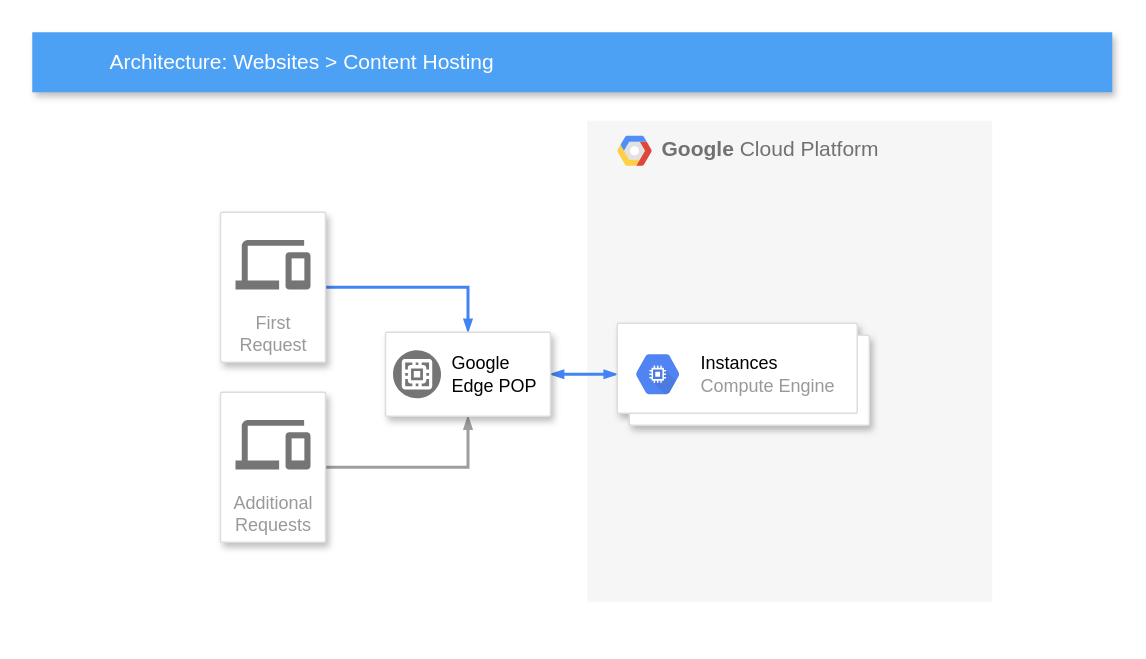
This is Untitled Diagram.drawio from mukeshmurali/ansible_drive, a draw.io file, before an edit. Source tidied: cells renumbered, new cells numbered last; positions are measured from the earlier drawing's top-left corner, leaving out a move shared by most shapes. Both pictures are drawn from the tidied source at 150%, with x=0, y=0 at pixel (32, 32).
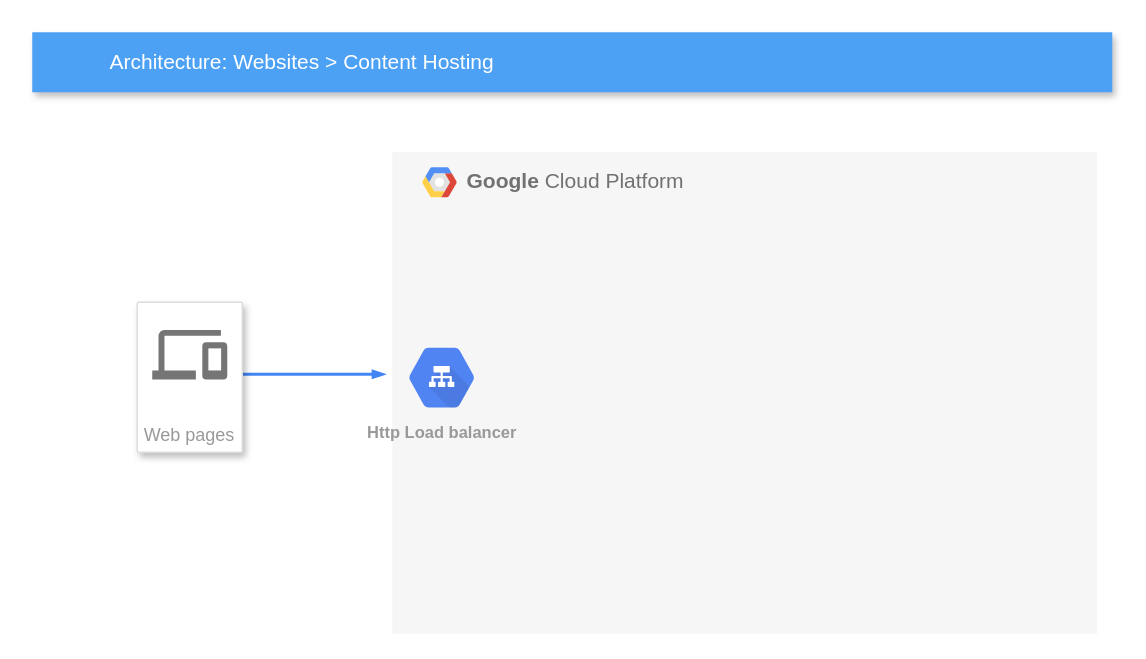
The same diagram, later.

Commit message:
Webcrawler architecture

What changed in the source:
```diff
@@
-    <mxCell id="2" value="&lt;b&gt;Google &lt;/b&gt;Cloud Platform" style="fillColor=#F6F6F6;strokeColor=none;shadow=0;gradientColor=none;fontSize=14;align=left;spacing=10;fontColor=#717171;9E9E9E;verticalAlign=top;spacingTop=-4;fontStyle=0;spacingLeft=40;html=1;" parent="1" vertex="1">
-      <mxGeometry x="370" y="59" width="270" height="321" as="geometry" />
-    </mxCell>
-    <mxCell id="3" style="shape=mxgraph.gcp2.google_cloud_platform;fillColor=#F6F6F6;strokeColor=none;shadow=0;gradientColor=none;" parent="2" vertex="1">
-      <mxGeometry width="23" height="20" relative="1" as="geometry">
-        <mxPoint x="20" y="10" as="offset" />
-      </mxGeometry>
-    </mxCell>
@@
-    <mxCell id="5" style="edgeStyle=orthogonalEdgeStyle;rounded=0;html=1;labelBackgroundColor=none;startFill=1;startSize=4;endArrow=blockThin;endFill=1;endSize=4;jettySize=auto;strokeColor=#4284F3;strokeWidth=2;fontSize=12;fontColor=#000000;align=left;dashed=0;" parent="1" edge="1" source="6" target="12">
+    <mxCell id="5" style="edgeStyle=orthogonalEdgeStyle;rounded=0;html=1;labelBackgroundColor=none;startFill=1;startSize=4;endArrow=blockThin;endFill=1;endSize=4;jettySize=auto;strokeColor=#4284F3;strokeWidth=2;fontSize=12;fontColor=#000000;align=left;dashed=0;" parent="1" edge="1" source="6">
       <mxGeometry relative="1" as="geometry">
+        <mxPoint x="235.5" y="228" as="targetPoint" />
         <Array as="points">
-          <mxPoint x="290.5" y="170" />
+          <mxPoint x="210" y="228" />
+          <mxPoint x="210" y="228" />
         </Array>
       </mxGeometry>
     </mxCell>
-    <mxCell id="6" value="First Request" style="strokeColor=#dddddd;fillColor=#ffffff;shadow=1;strokeWidth=1;rounded=1;absoluteArcSize=1;arcSize=2;labelPosition=center;verticalLabelPosition=middle;align=center;verticalAlign=bottom;spacingLeft=0;fontColor=#999999;fontSize=12;whiteSpace=wrap;spacingBottom=2;html=1;" parent="1" vertex="1">
-      <mxGeometry x="125.5" y="120" width="70" height="100" as="geometry" />
+    <mxCell id="6" value="Web pages" style="strokeColor=#dddddd;fillColor=#ffffff;shadow=1;strokeWidth=1;rounded=1;absoluteArcSize=1;arcSize=2;labelPosition=center;verticalLabelPosition=middle;align=center;verticalAlign=bottom;spacingLeft=0;fontColor=#999999;fontSize=12;whiteSpace=wrap;spacingBottom=2;html=1;" parent="1" vertex="1">
+      <mxGeometry x="70" y="180" width="70" height="100" as="geometry" />
     </mxCell>
@@
-    <mxCell id="8" style="edgeStyle=orthogonalEdgeStyle;rounded=0;html=1;labelBackgroundColor=none;startFill=1;startSize=4;endArrow=blockThin;endFill=1;endSize=4;jettySize=auto;strokeColor=#9E9E9E;strokeWidth=2;fontSize=12;fontColor=#000000;align=left;dashed=0;" parent="1" edge="1" source="9" target="12">
-      <mxGeometry relative="1" as="geometry">
-        <Array as="points">
-          <mxPoint x="290.5" y="290" />
-        </Array>
-      </mxGeometry>
-    </mxCell>
-    <mxCell id="9" value="Additional Requests&lt;br&gt;" style="strokeColor=#dddddd;fillColor=#ffffff;shadow=1;strokeWidth=1;rounded=1;absoluteArcSize=1;arcSize=2;labelPosition=center;verticalLabelPosition=middle;align=center;verticalAlign=bottom;spacingLeft=0;fontColor=#999999;fontSize=12;whiteSpace=wrap;spacingBottom=2;html=1;" parent="1" vertex="1">
-      <mxGeometry x="125.5" y="240" width="70" height="100" as="geometry" />
-    </mxCell>
-    <mxCell id="10" style="dashed=0;html=1;fillColor=#757575;strokeColor=none;shape=mxgraph.gcp2.desktop_and_mobile;" parent="9" vertex="1">
-      <mxGeometry x="0.5" width="50" height="33" relative="1" as="geometry">
-        <mxPoint x="-25" y="18.5" as="offset" />
-      </mxGeometry>
-    </mxCell>
-    <mxCell id="11" style="edgeStyle=orthogonalEdgeStyle;rounded=0;html=1;labelBackgroundColor=none;startFill=1;startSize=4;endArrow=blockThin;endFill=1;endSize=4;jettySize=auto;strokeColor=#4284F3;strokeWidth=2;fontSize=12;fontColor=#000000;align=left;dashed=0;startArrow=blockThin;" parent="1" edge="1" source="12" target="14">
-      <mxGeometry relative="1" as="geometry" />
-    </mxCell>
-    <mxCell id="12" style="strokeColor=#dddddd;fillColor=#ffffff;shadow=1;strokeWidth=1;rounded=1;absoluteArcSize=1;arcSize=2;fontSize=11;fontColor=#9E9E9E;align=center;html=1;" parent="1" vertex="1">
-      <mxGeometry x="235.5" y="200" width="110" height="56" as="geometry" />
-    </mxCell>
-    <mxCell id="13" value="Google&#10;Edge POP" style="dashed=0;html=1;fillColor=#757575;strokeColor=none;shape=mxgraph.gcp2.google_network_edge_cache;labelPosition=right;verticalLabelPosition=middle;align=left;verticalAlign=middle;spacingLeft=5;fontColor=#000000;fontSize=12;" parent="12" vertex="1">
-      <mxGeometry y="0.5" width="32" height="32" relative="1" as="geometry">
-        <mxPoint x="5" y="-16" as="offset" />
-      </mxGeometry>
-    </mxCell>
-    <mxCell id="14" style="shape=mxgraph.gcp2.doubleRect;strokeColor=#dddddd;fillColor=#ffffff;shadow=1;strokeWidth=1;fontSize=11;fontColor=#9E9E9E;align=center;html=1;" parent="1" vertex="1">
-      <mxGeometry x="390" y="194" width="168" height="68" as="geometry" />
-    </mxCell>
-    <mxCell id="15" value="&lt;font color=&quot;#000000&quot;&gt;Instances&lt;/font&gt;&lt;br&gt;Compute Engine" style="dashed=0;html=1;fillColor=#5184F3;strokeColor=none;shape=mxgraph.gcp2.hexIcon;prIcon=compute_engine;labelPosition=right;verticalLabelPosition=middle;align=left;verticalAlign=middle;spacingLeft=5;fontColor=#999999;fontSize=12;" parent="14" vertex="1">
-      <mxGeometry y="0.5" width="44" height="39" relative="1" as="geometry">
-        <mxPoint x="5" y="-19.5" as="offset" />
-      </mxGeometry>
-    </mxCell>
+    <mxCell id="2" value="&lt;b&gt;Google &lt;/b&gt;Cloud Platform" style="fillColor=#F6F6F6;strokeColor=none;shadow=0;gradientColor=none;fontSize=14;align=left;spacing=10;fontColor=#717171;9E9E9E;verticalAlign=top;spacingTop=-4;fontStyle=0;spacingLeft=40;html=1;" parent="1" vertex="1">
+      <mxGeometry x="240" y="80" width="470" height="321" as="geometry" />
+    </mxCell>
+    <mxCell id="3" style="shape=mxgraph.gcp2.google_cloud_platform;fillColor=#F6F6F6;strokeColor=none;shadow=0;gradientColor=none;" parent="2" vertex="1">
+      <mxGeometry width="23" height="20" relative="1" as="geometry">
+        <mxPoint x="20" y="10" as="offset" />
+      </mxGeometry>
+    </mxCell>
+    <mxCell id="16" value="Http Load balancer" style="html=1;fillColor=#5184F3;strokeColor=none;verticalAlign=top;labelPosition=center;verticalLabelPosition=bottom;align=center;spacingTop=-6;fontSize=11;fontStyle=1;fontColor=#999999;shape=mxgraph.gcp2.hexIcon;prIcon=cloud_load_balancing;" parent="2" vertex="1">
+      <mxGeometry y="121" width="66" height="58.5" as="geometry" />
+    </mxCell>
```
